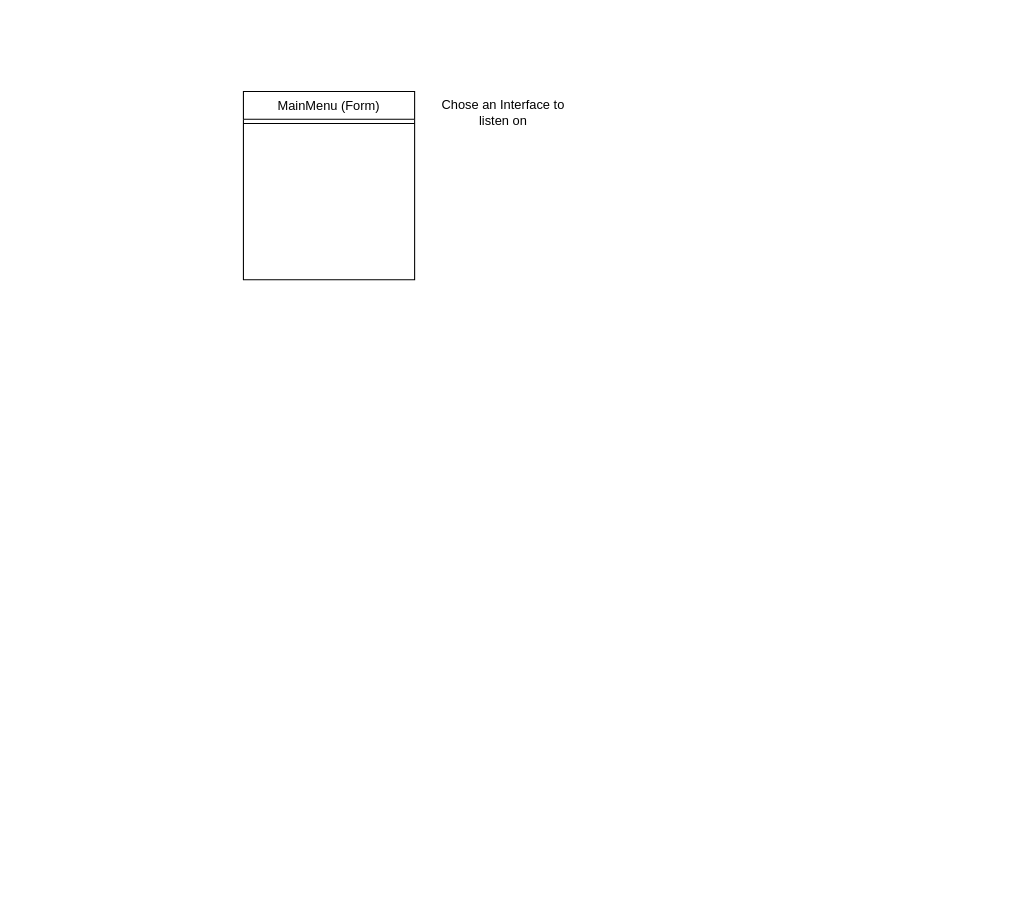
grigorypavlov/networkSniffer keeps this draw.io diagram as Projektbeschreibung/Klassendiagramm_drawio/Klassendiagramm.drawio. Above is the earlier version. Source tidied: cells renumbered, new cells numbered last; positions are measured from the earlier drawing's top-left corner, leaving out a move shared by most shapes. Both pictures are drawn from the tidied source at 107%, with x=0, y=0 at pixel (243, 91).
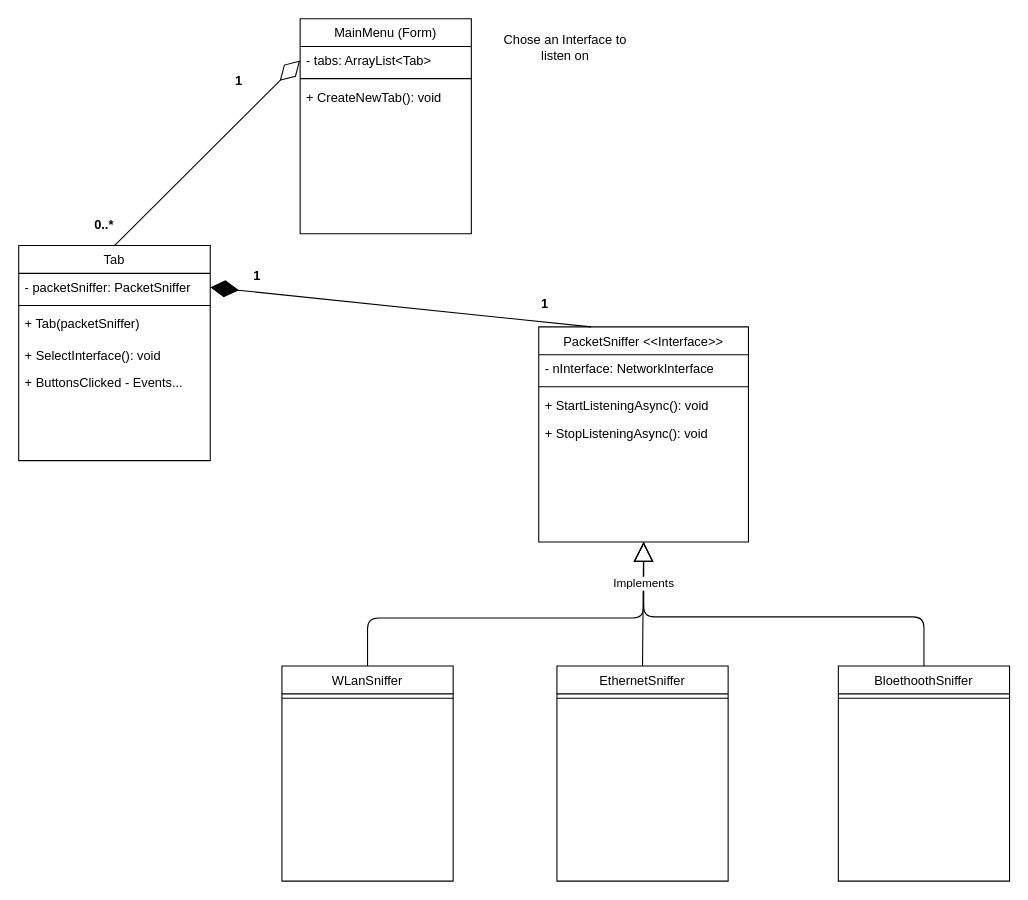
The same diagram, later.

Commit message (it also covers changes not shown here):
Reworked classdiagram

Diff of the diagram source:
```diff
@@
+    <mxCell id="4" value="Chose an Interface to listen on" style="text;html=1;strokeColor=none;fillColor=none;align=center;verticalAlign=middle;whiteSpace=wrap;rounded=0;" parent="1" vertex="1">
+      <mxGeometry x="242" y="-54" width="118" height="26" as="geometry" />
+    </mxCell>
+    <mxCell id="5" style="endArrow=diamondThin;endFill=0;endSize=24;html=1;entryX=0;entryY=0.5;entryDx=0;entryDy=0;exitX=0.5;exitY=0;exitDx=0;exitDy=0;" parent="1" edge="1" source="23" target="11">
+      <mxGeometry relative="1" as="geometry" />
+    </mxCell>
+    <mxCell id="6" value="PacketSniffer &lt;&lt;Interface&gt;&gt;" style="swimlane;fontStyle=0;align=center;verticalAlign=top;horizontal=1;startSize=26;rounded=0;shadow=0;strokeWidth=1;" parent="1" vertex="1">
+      <mxGeometry x="276" y="220" width="196" height="201" as="geometry" />
+    </mxCell>
+    <mxCell id="7" value="- nInterface: NetworkInterface" style="text;strokeColor=none;fillColor=none;align=left;verticalAlign=top;spacingLeft=4;spacingRight=4;overflow=hidden;" parent="6" vertex="1">
+      <mxGeometry y="26" width="196" height="26" as="geometry" />
+    </mxCell>
+    <mxCell id="8" style="line;html=1;strokeWidth=1;align=left;verticalAlign=middle;spacingTop=-1;spacingLeft=3;spacingRight=3;labelPosition=right;" parent="6" vertex="1">
+      <mxGeometry y="52" width="196" height="8" as="geometry" />
+    </mxCell>
+    <mxCell id="9" value="+ StartListeningAsync(): void" style="text;strokeColor=none;fillColor=none;align=left;verticalAlign=top;spacingLeft=4;spacingRight=4;overflow=hidden;" parent="6" vertex="1">
+      <mxGeometry y="60" width="196" height="26" as="geometry" />
+    </mxCell>
+    <mxCell id="10" value="+ StopListeningAsync(): void" style="text;strokeColor=none;fillColor=none;align=left;verticalAlign=top;spacingLeft=4;spacingRight=4;overflow=hidden;" parent="6" vertex="1">
+      <mxGeometry y="86" width="196" height="26" as="geometry" />
+    </mxCell>
     <mxCell id="2" value="MainMenu (Form)" style="swimlane;fontStyle=0;align=center;verticalAlign=top;horizontal=1;startSize=26;rounded=0;shadow=0;strokeWidth=1;" parent="1" vertex="1">
-      <mxGeometry width="160" height="176" as="geometry" />
+      <mxGeometry x="53" y="-68" width="160" height="201" as="geometry" />
     </mxCell>
+    <mxCell id="11" value="- tabs: ArrayList&lt;Tab&gt;" style="text;strokeColor=none;fillColor=none;align=left;verticalAlign=top;spacingLeft=4;spacingRight=4;overflow=hidden;points=[[0,0.5],[1,0.5]];portConstraint=eastwest;" parent="2" vertex="1">
+      <mxGeometry y="26" width="160" height="26" as="geometry" />
+    </mxCell>
     <mxCell id="3" style="line;html=1;strokeWidth=1;align=left;verticalAlign=middle;spacingTop=-1;spacingLeft=3;spacingRight=3;labelPosition=right;" parent="2" vertex="1">
-      <mxGeometry y="26" width="160" height="8" as="geometry" />
+      <mxGeometry y="52" width="160" height="8" as="geometry" />
     </mxCell>
-    <mxCell id="4" value="Chose an Interface to listen on" style="text;html=1;strokeColor=none;fillColor=none;align=center;verticalAlign=middle;whiteSpace=wrap;rounded=0;" parent="1" vertex="1">
-      <mxGeometry x="184" y="7" width="118" height="26" as="geometry" />
-    </mxCell>
+    <mxCell id="12" value="+ CreateNewTab(): void" style="text;strokeColor=none;fillColor=none;align=left;verticalAlign=top;spacingLeft=4;spacingRight=4;overflow=hidden;" parent="2" vertex="1">
+      <mxGeometry y="60" width="160" height="26" as="geometry" />
+    </mxCell>
+    <mxCell id="13" value="WLanSniffer" style="swimlane;fontStyle=0;align=center;verticalAlign=top;horizontal=1;startSize=26;rounded=0;shadow=0;strokeWidth=1;" parent="1" vertex="1">
+      <mxGeometry x="36" y="537" width="160" height="201" as="geometry" />
+    </mxCell>
+    <mxCell id="14" style="line;html=1;strokeWidth=1;align=left;verticalAlign=middle;spacingTop=-1;spacingLeft=3;spacingRight=3;labelPosition=right;" parent="13" vertex="1">
+      <mxGeometry y="26" width="160" height="8" as="geometry" />
+    </mxCell>
+    <mxCell id="15" value="EthernetSniffer" style="swimlane;fontStyle=0;align=center;verticalAlign=top;horizontal=1;startSize=26;rounded=0;shadow=0;strokeWidth=1;" parent="1" vertex="1">
+      <mxGeometry x="293" y="537" width="160" height="201" as="geometry" />
+    </mxCell>
+    <mxCell id="16" style="line;html=1;strokeWidth=1;align=left;verticalAlign=middle;spacingTop=-1;spacingLeft=3;spacingRight=3;labelPosition=right;" parent="15" vertex="1">
+      <mxGeometry y="26" width="160" height="8" as="geometry" />
+    </mxCell>
+    <mxCell id="17" style="endArrow=block;endSize=16;endFill=0;html=1;entryX=0.5;entryY=1;entryDx=0;entryDy=0;exitX=0.5;exitY=0;exitDx=0;exitDy=0;" parent="1" edge="1" source="13" target="6">
+      <mxGeometry x="0.1" y="-8" relative="1" as="geometry">
+        <Array as="points">
+          <mxPoint x="116" y="492" />
+          <mxPoint x="374" y="492" />
+        </Array>
+      </mxGeometry>
+    </mxCell>
+    <mxCell id="18" style="endArrow=block;endSize=16;endFill=0;html=1;entryX=0.5;entryY=1;entryDx=0;entryDy=0;exitX=0.5;exitY=0;exitDx=0;exitDy=0;" parent="1" edge="1" source="20" target="6">
+      <mxGeometry relative="1" as="geometry">
+        <Array as="points">
+          <mxPoint x="636" y="491" />
+          <mxPoint x="374" y="491" />
+        </Array>
+      </mxGeometry>
+    </mxCell>
+    <mxCell id="19" value="Implements" style="endArrow=block;endSize=16;endFill=0;html=1;entryX=0.5;entryY=1;entryDx=0;entryDy=0;exitX=0.5;exitY=0;exitDx=0;exitDy=0;" parent="1" edge="1" source="15" target="6">
+      <mxGeometry x="0.33" relative="1" as="geometry" />
+    </mxCell>
+    <mxCell id="20" value="BloethoothSniffer" style="swimlane;fontStyle=0;align=center;verticalAlign=top;horizontal=1;startSize=26;rounded=0;shadow=0;strokeWidth=1;" parent="1" vertex="1">
+      <mxGeometry x="556" y="537" width="160" height="201" as="geometry" />
+    </mxCell>
+    <mxCell id="21" style="line;html=1;strokeWidth=1;align=left;verticalAlign=middle;spacingTop=-1;spacingLeft=3;spacingRight=3;labelPosition=right;" parent="20" vertex="1">
+      <mxGeometry y="26" width="160" height="8" as="geometry" />
+    </mxCell>
+    <mxCell id="22" style="endArrow=diamondThin;endFill=1;endSize=24;html=1;entryX=1;entryY=0.5;entryDx=0;entryDy=0;exitX=0.25;exitY=0;exitDx=0;exitDy=0;" parent="1" edge="1" source="6" target="24">
+      <mxGeometry relative="1" as="geometry" />
+    </mxCell>
+    <mxCell id="23" value="Tab" style="swimlane;fontStyle=0;align=center;verticalAlign=top;horizontal=1;startSize=26;rounded=0;shadow=0;strokeWidth=1;" parent="1" vertex="1">
+      <mxGeometry x="-210" y="144" width="179" height="201" as="geometry" />
+    </mxCell>
+    <mxCell id="24" value="- packetSniffer: PacketSniffer" style="text;strokeColor=none;fillColor=none;align=left;verticalAlign=top;spacingLeft=4;spacingRight=4;overflow=hidden;points=[[0,0.5],[1,0.5]];portConstraint=eastwest;" parent="23" vertex="1">
+      <mxGeometry y="26" width="179" height="26" as="geometry" />
+    </mxCell>
+    <mxCell id="25" style="line;html=1;strokeWidth=1;align=left;verticalAlign=middle;spacingTop=-1;spacingLeft=3;spacingRight=3;labelPosition=right;" parent="23" vertex="1">
+      <mxGeometry y="52" width="179" height="8" as="geometry" />
+    </mxCell>
+    <mxCell id="26" value="+ Tab(packetSniffer)" style="text;strokeColor=none;fillColor=none;align=left;verticalAlign=top;spacingLeft=4;spacingRight=4;overflow=hidden;" parent="23" vertex="1">
+      <mxGeometry y="60" width="179" height="29" as="geometry" />
+    </mxCell>
+    <mxCell id="27" value="+ SelectInterface(): void" style="text;strokeColor=none;fillColor=none;align=left;verticalAlign=top;spacingLeft=4;spacingRight=4;overflow=hidden;" parent="23" vertex="1">
+      <mxGeometry y="89" width="179" height="26" as="geometry" />
+    </mxCell>
+    <mxCell id="28" value="+ ButtonsClicked - Events..." style="text;strokeColor=none;fillColor=none;align=left;verticalAlign=top;spacingLeft=4;spacingRight=4;overflow=hidden;" parent="23" vertex="1">
+      <mxGeometry y="115" width="179" height="26" as="geometry" />
+    </mxCell>
+    <mxCell id="29" value="0..*" style="text;align=center;fontStyle=1;verticalAlign=middle;spacingLeft=3;spacingRight=3;strokeColor=none;" parent="1" vertex="1">
+      <mxGeometry x="-170" y="111" width="80" height="26" as="geometry" />
+    </mxCell>
+    <mxCell id="30" value="1" style="text;align=center;fontStyle=1;verticalAlign=middle;spacingLeft=3;spacingRight=3;strokeColor=none;" parent="1" vertex="1">
+      <mxGeometry x="-44" y="-24" width="80" height="26" as="geometry" />
+    </mxCell>
+    <mxCell id="31" value="1" style="text;align=center;fontStyle=1;verticalAlign=middle;spacingLeft=3;spacingRight=3;strokeColor=none;" parent="1" vertex="1">
+      <mxGeometry x="-27" y="159" width="80" height="26" as="geometry" />
+    </mxCell>
+    <mxCell id="32" value="1" style="text;align=center;fontStyle=1;verticalAlign=middle;spacingLeft=3;spacingRight=3;strokeColor=none;" parent="1" vertex="1">
+      <mxGeometry x="242" y="185" width="80" height="26" as="geometry" />
+    </mxCell>
```
